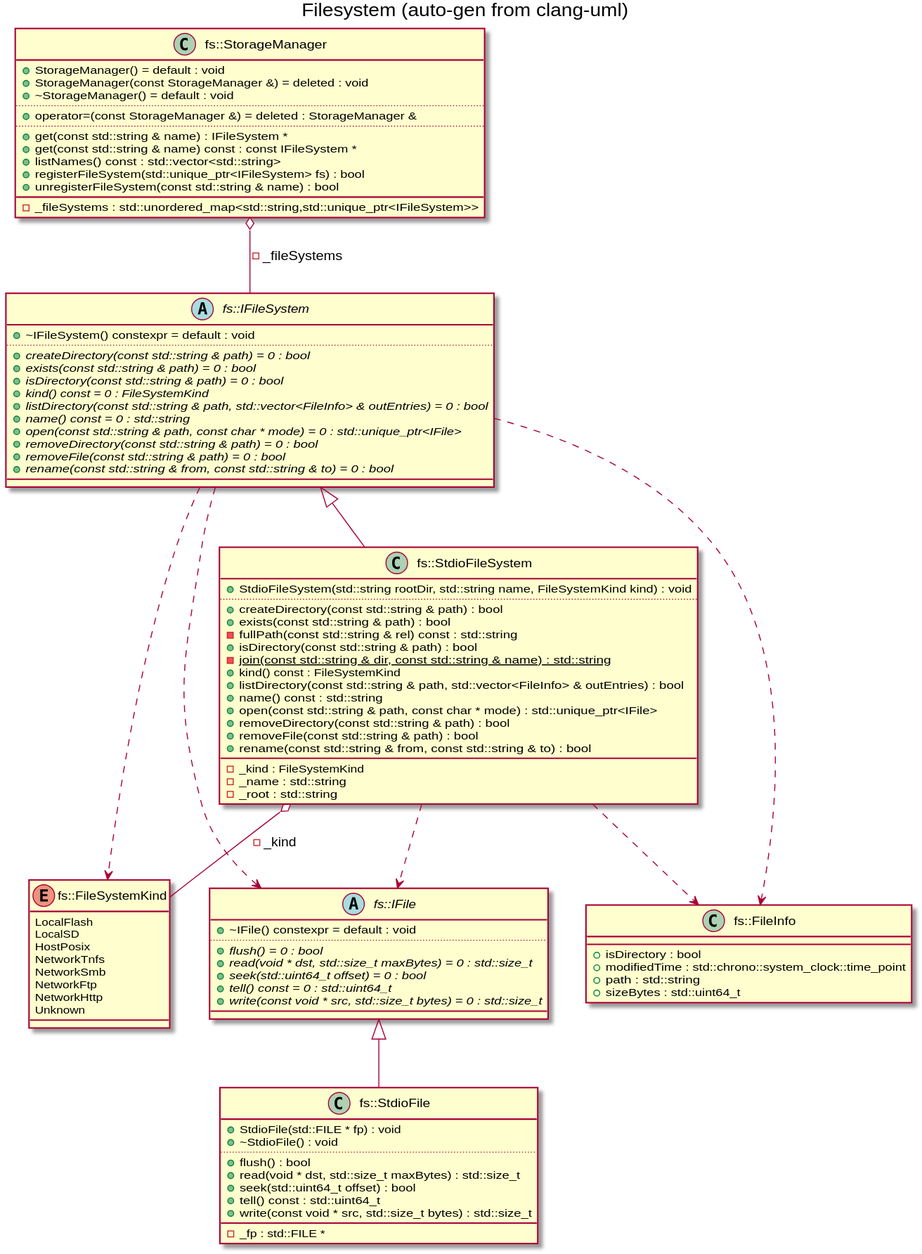
Earlier version of the PlantUML export docs/images/gen_fs.svg (markjfisher/fujinet-nio). Its diagram source:
```plantuml
@startuml
title Filesystem (auto-gen from clang-uml)
enum "fs::FileSystemKind" as C_0014883681608496495557
enum C_0014883681608496495557 {
LocalFlash
LocalSD
HostPosix
NetworkTnfs
NetworkSmb
NetworkFtp
NetworkHttp
Unknown
}
class "fs::FileInfo" as C_0007646493544420080876
class C_0007646493544420080876 {
__
+isDirectory : bool
+modifiedTime : std::chrono::system_clock::time_point
+path : std::string
+sizeBytes : std::uint64_t
}
abstract "fs::IFile" as C_0014904826619290153445
abstract C_0014904826619290153445 {
+~IFile() constexpr = default : void
..
{abstract} +flush() = 0 : bool
{abstract} +read(void * dst, std::size_t maxBytes) = 0 : std::size_t
{abstract} +seek(std::uint64_t offset) = 0 : bool
{abstract} +tell() const = 0 : std::uint64_t
{abstract} +write(const void * src, std::size_t bytes) = 0 : std::size_t
__
}
abstract "fs::IFileSystem" as C_0012397556205933868732
abstract C_0012397556205933868732 {
+~IFileSystem() constexpr = default : void
..
{abstract} +createDirectory(const std::string & path) = 0 : bool
{abstract} +exists(const std::string & path) = 0 : bool
{abstract} +isDirectory(const std::string & path) = 0 : bool
{abstract} +kind() const = 0 : FileSystemKind
{abstract} +listDirectory(const std::string & path, std::vector<FileInfo> & outEntries) = 0 : bool
{abstract} +name() const = 0 : std::string
{abstract} +open(const std::string & path, const char * mode) = 0 : std::unique_ptr<IFile>
{abstract} +removeDirectory(const std::string & path) = 0 : bool
{abstract} +removeFile(const std::string & path) = 0 : bool
{abstract} +rename(const std::string & from, const std::string & to) = 0 : bool
__
}
class "fs::StorageManager" as C_0001279065520068563954
class C_0001279065520068563954 {
+StorageManager() = default : void
+StorageManager(const StorageManager &) = deleted : void
+~StorageManager() = default : void
..
+operator=(const StorageManager &) = deleted : StorageManager &
..
+get(const std::string & name) : IFileSystem *
+get(const std::string & name) const : const IFileSystem *
+listNames() const : std::vector<std::string>
+registerFileSystem(std::unique_ptr<IFileSystem> fs) : bool
+unregisterFileSystem(const std::string & name) : bool
__
-_fileSystems : std::unordered_map<std::string,std::unique_ptr<IFileSystem>>
}
class "fs::StdioFile" as C_0007693094110734758389
class C_0007693094110734758389 {
+StdioFile(std::FILE * fp) : void
+~StdioFile() : void
..
+flush() : bool
+read(void * dst, std::size_t maxBytes) : std::size_t
+seek(std::uint64_t offset) : bool
+tell() const : std::uint64_t
+write(const void * src, std::size_t bytes) : std::size_t
__
-_fp : std::FILE *
}
class "fs::StdioFileSystem" as C_0001007711765235056436
class C_0001007711765235056436 {
+StdioFileSystem(std::string rootDir, std::string name, FileSystemKind kind) : void
..
+createDirectory(const std::string & path) : bool
+exists(const std::string & path) : bool
-fullPath(const std::string & rel) const : std::string
+isDirectory(const std::string & path) : bool
{static} -join(const std::string & dir, const std::string & name) : std::string
+kind() const : FileSystemKind
+listDirectory(const std::string & path, std::vector<FileInfo> & outEntries) : bool
+name() const : std::string
+open(const std::string & path, const char * mode) : std::unique_ptr<IFile>
+removeDirectory(const std::string & path) : bool
+removeFile(const std::string & path) : bool
+rename(const std::string & from, const std::string & to) : bool
__
-_kind : FileSystemKind
-_name : std::string
-_root : std::string
}
C_0012397556205933868732 ..> C_0014883681608496495557
C_0012397556205933868732 ..> C_0014904826619290153445
C_0012397556205933868732 ..> C_0007646493544420080876
C_0001279065520068563954 o-- C_0012397556205933868732 : -_fileSystems
C_0014904826619290153445 <|-- C_0007693094110734758389
C_0001007711765235056436 ..> C_0014904826619290153445
C_0001007711765235056436 ..> C_0007646493544420080876
C_0001007711765235056436 o-- C_0014883681608496495557 : -_kind
C_0012397556205933868732 <|-- C_0001007711765235056436

@enduml
```
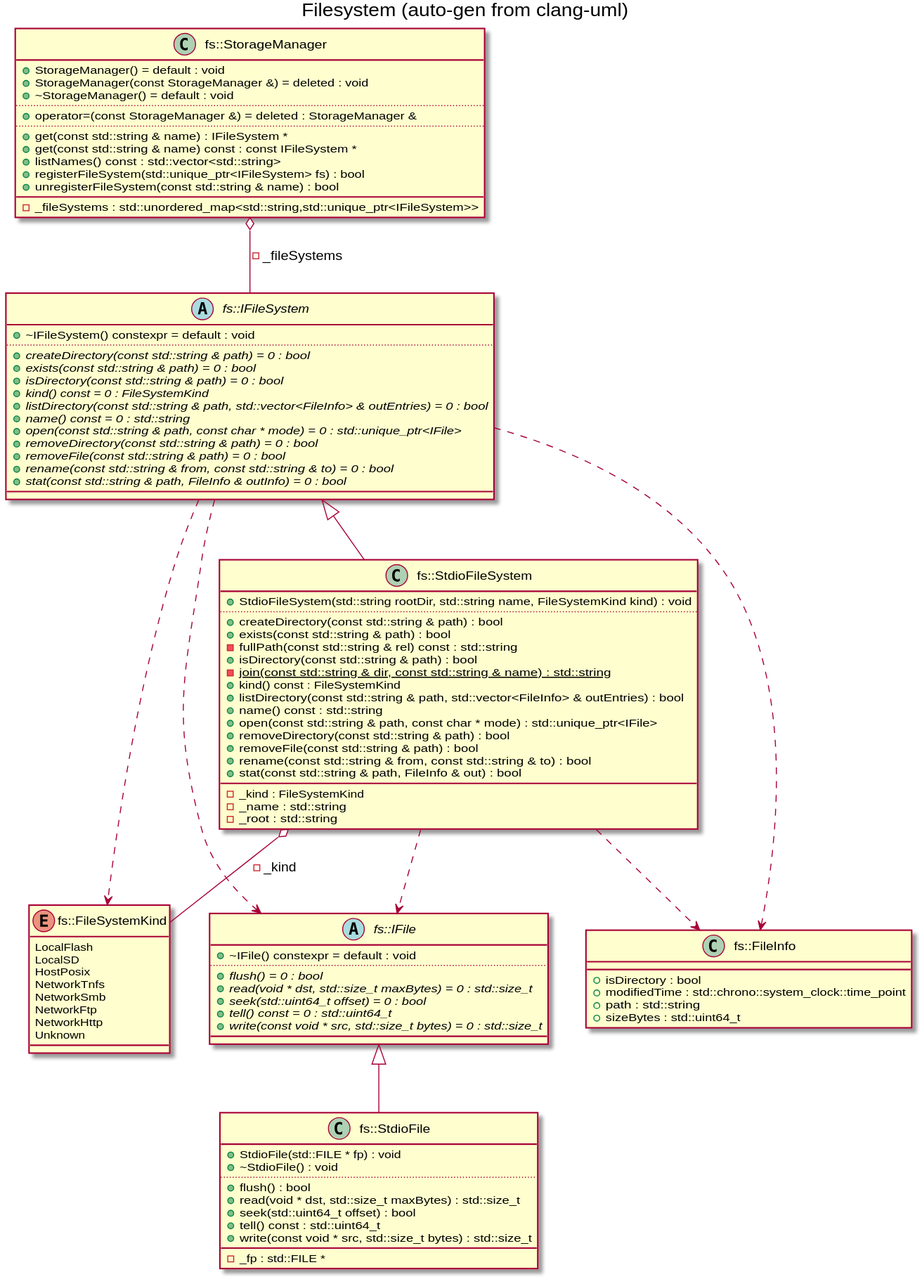
Later version of the same file.

The edit, as a diff of the source:
```diff
@@ -44,6 +44,7 @@
 {abstract} +removeDirectory(const std::string & path) = 0 : bool
 {abstract} +removeFile(const std::string & path) = 0 : bool
 {abstract} +rename(const std::string & from, const std::string & to) = 0 : bool
+{abstract} +stat(const std::string & path, FileInfo & outInfo) = 0 : bool
 __
 }
 class "fs::StorageManager" as C_0001279065520068563954
@@ -91,6 +92,7 @@
 +removeDirectory(const std::string & path) : bool
 +removeFile(const std::string & path) : bool
 +rename(const std::string & from, const std::string & to) : bool
++stat(const std::string & path, FileInfo & out) : bool
 __
 -_kind : FileSystemKind
 -_name : std::string
```
